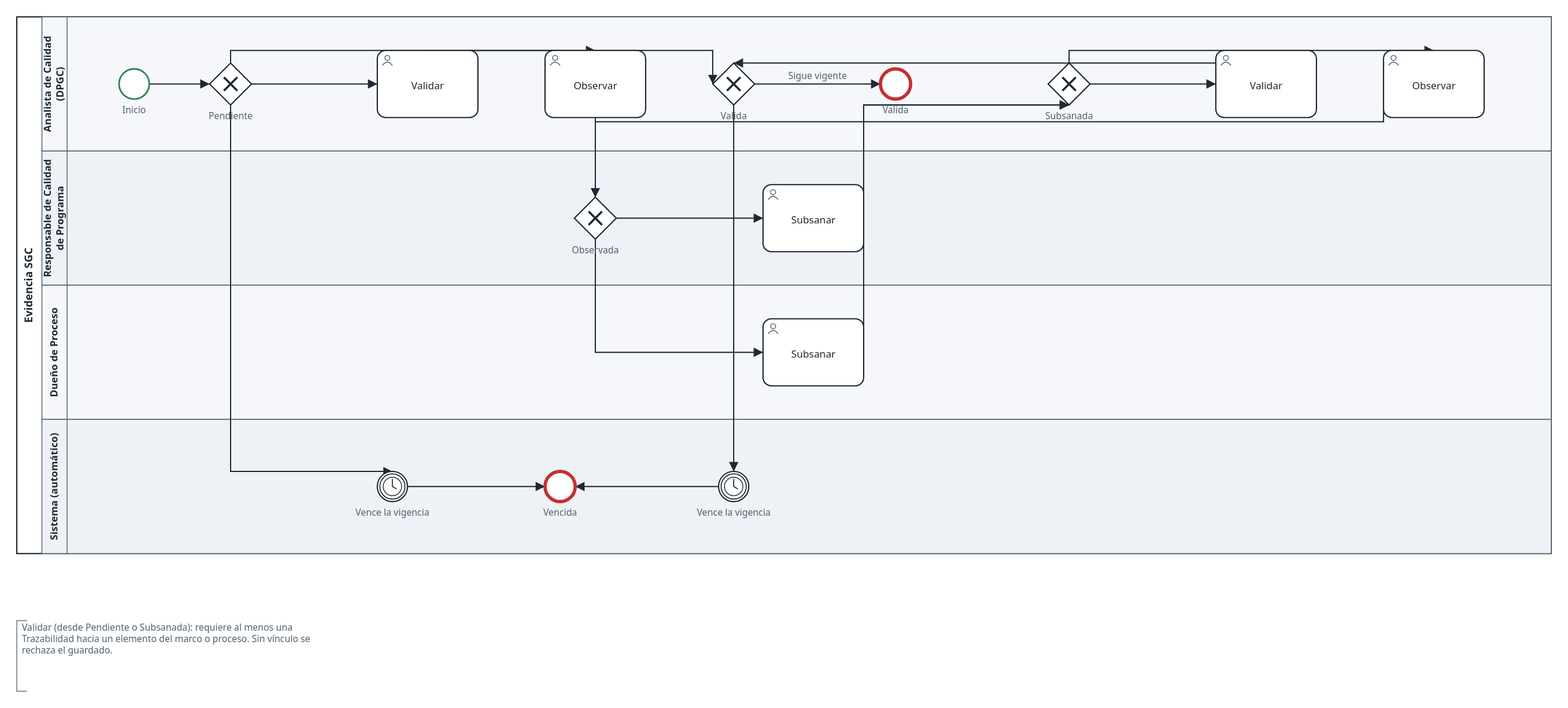
Earlier version of the BPMN export docs-site/src/assets/bpmn/02-evidencia.svg (SciBack/sgc). Its source is kept beside it as docs/diagramas/bpmn/02-evidencia.bpmn. Ids are renumbered.
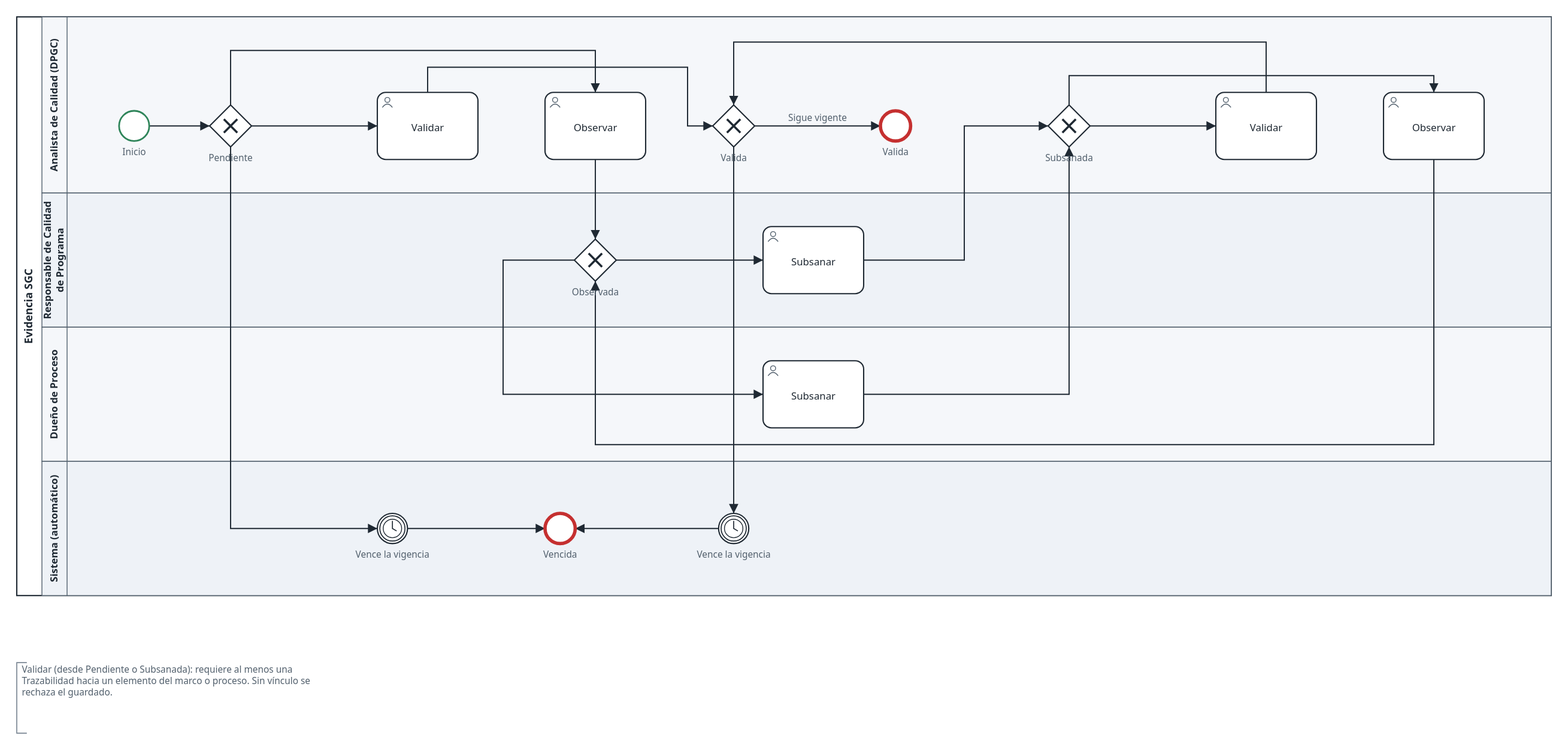
After the change.

Diff of the diagram source:
```diff
@@ -161,149 +161,156 @@
   <bpmndi:BPMNDiagram id="Diagram_1">
     <bpmndi:BPMNPlane id="Plane_1" bpmnElement="Collaboration_1">
       <bpmndi:BPMNShape id="Shape_Participant_Evidencia" bpmnElement="Participant_Evidencia" isHorizontal="true">
-        <dc:Bounds x="200" y="80" width="1830" height="640" />
+        <dc:Bounds x="200" y="80" width="1830" height="690" />
       </bpmndi:BPMNShape>
       <bpmndi:BPMNShape id="Shape_Lane_Analista_de_Calidad__DPGC_" bpmnElement="Lane_Analista_de_Calidad__DPGC_" isHorizontal="true">
-        <dc:Bounds x="230" y="80" width="1800" height="160" />
+        <dc:Bounds x="230" y="80" width="1800" height="210" />
       </bpmndi:BPMNShape>
       <bpmndi:BPMNShape id="Shape_Lane_Responsable_de_Calidad_de_Programa" bpmnElement="Lane_Responsable_de_Calidad_de_Programa" isHorizontal="true">
-        <dc:Bounds x="230" y="240" width="1800" height="160" />
+        <dc:Bounds x="230" y="290" width="1800" height="160" />
       </bpmndi:BPMNShape>
       <bpmndi:BPMNShape id="Shape_Lane_Dueno_de_Proceso" bpmnElement="Lane_Dueno_de_Proceso" isHorizontal="true">
-        <dc:Bounds x="230" y="400" width="1800" height="160" />
+        <dc:Bounds x="230" y="450" width="1800" height="160" />
       </bpmndi:BPMNShape>
       <bpmndi:BPMNShape id="Shape_Lane_Sistema__automatico_" bpmnElement="Lane_Sistema__automatico_" isHorizontal="true">
-        <dc:Bounds x="230" y="560" width="1800" height="160" />
+        <dc:Bounds x="230" y="610" width="1800" height="160" />
       </bpmndi:BPMNShape>
       <bpmndi:BPMNShape id="Shape_Task_Pendiente__Validar" bpmnElement="Task_Pendiente__Validar">
-        <dc:Bounds x="630" y="120" width="120" height="80" />
+        <dc:Bounds x="630" y="170" width="120" height="80" />
       </bpmndi:BPMNShape>
       <bpmndi:BPMNShape id="Shape_Task_Pendiente__Observar" bpmnElement="Task_Pendiente__Observar">
-        <dc:Bounds x="830" y="120" width="120" height="80" />
+        <dc:Bounds x="830" y="170" width="120" height="80" />
       </bpmndi:BPMNShape>
       <bpmndi:BPMNShape id="Shape_Task_Observada__Subsanar" bpmnElement="Task_Observada__Subsanar">
-        <dc:Bounds x="1090" y="280" width="120" height="80" />
+        <dc:Bounds x="1090" y="330" width="120" height="80" />
       </bpmndi:BPMNShape>
       <bpmndi:BPMNShape id="Shape_Task_Observada__Subsanar_2" bpmnElement="Task_Observada__Subsanar_2">
-        <dc:Bounds x="1090" y="440" width="120" height="80" />
+        <dc:Bounds x="1090" y="490" width="120" height="80" />
       </bpmndi:BPMNShape>
       <bpmndi:BPMNShape id="Shape_Task_Subsanada__Validar" bpmnElement="Task_Subsanada__Validar">
-        <dc:Bounds x="1630" y="120" width="120" height="80" />
+        <dc:Bounds x="1630" y="170" width="120" height="80" />
       </bpmndi:BPMNShape>
       <bpmndi:BPMNShape id="Shape_Task_Subsanada__Observar" bpmnElement="Task_Subsanada__Observar">
-        <dc:Bounds x="1830" y="120" width="120" height="80" />
+        <dc:Bounds x="1830" y="170" width="120" height="80" />
       </bpmndi:BPMNShape>
       <bpmndi:BPMNShape id="Shape_Gateway_Pendiente" bpmnElement="Gateway_Pendiente">
-        <dc:Bounds x="430" y="135" width="50" height="50" />
+        <dc:Bounds x="430" y="185" width="50" height="50" />
       </bpmndi:BPMNShape>
       <bpmndi:BPMNShape id="Shape_Gateway_Observada" bpmnElement="Gateway_Observada">
-        <dc:Bounds x="865" y="295" width="50" height="50" />
+        <dc:Bounds x="865" y="345" width="50" height="50" />
       </bpmndi:BPMNShape>
       <bpmndi:BPMNShape id="Shape_Gateway_Subsanada" bpmnElement="Gateway_Subsanada">
-        <dc:Bounds x="1430" y="135" width="50" height="50" />
+        <dc:Bounds x="1430" y="185" width="50" height="50" />
       </bpmndi:BPMNShape>
       <bpmndi:BPMNShape id="Shape_End_Valida" bpmnElement="End_Valida">
-        <dc:Bounds x="1230" y="142" width="36" height="36" />
+        <dc:Bounds x="1230" y="192" width="36" height="36" />
       </bpmndi:BPMNShape>
       <bpmndi:BPMNShape id="Shape_Gateway_Valida_espera" bpmnElement="Gateway_Valida_espera">
-        <dc:Bounds x="1030" y="135" width="50" height="50" />
+        <dc:Bounds x="1030" y="185" width="50" height="50" />
       </bpmndi:BPMNShape>
       <bpmndi:BPMNShape id="Shape_StartEvent_1" bpmnElement="StartEvent_1">
-        <dc:Bounds x="322" y="142" width="36" height="36" />
+        <dc:Bounds x="322" y="192" width="36" height="36" />
       </bpmndi:BPMNShape>
       <bpmndi:BPMNShape id="Shape_Auto_Pendiente__Vencida" bpmnElement="Auto_Pendiente__Vencida">
-        <dc:Bounds x="630" y="622" width="36" height="36" />
+        <dc:Bounds x="630" y="672" width="36" height="36" />
       </bpmndi:BPMNShape>
       <bpmndi:BPMNShape id="Shape_End_Vencida" bpmnElement="End_Vencida">
-        <dc:Bounds x="830" y="622" width="36" height="36" />
+        <dc:Bounds x="830" y="672" width="36" height="36" />
       </bpmndi:BPMNShape>
       <bpmndi:BPMNShape id="Shape_Auto_Valida__Vencida" bpmnElement="Auto_Valida__Vencida">
-        <dc:Bounds x="1037" y="622" width="36" height="36" />
+        <dc:Bounds x="1037" y="672" width="36" height="36" />
       </bpmndi:BPMNShape>
       <bpmndi:BPMNShape id="Shape_Control_1" bpmnElement="Control_1">
-        <dc:Bounds x="200" y="800" width="420" height="84" />
+        <dc:Bounds x="200" y="850" width="420" height="84" />
       </bpmndi:BPMNShape>
       <bpmndi:BPMNEdge id="Edge_Flow_Valida_sigue" bpmnElement="Flow_Valida_sigue">
-        <di:waypoint x="1080" y="160" />
-        <di:waypoint x="1230" y="160" />
+        <di:waypoint x="1080" y="210" />
+        <di:waypoint x="1230" y="210" />
       </bpmndi:BPMNEdge>
       <bpmndi:BPMNEdge id="Edge_Flow_inicio" bpmnElement="Flow_inicio">
-        <di:waypoint x="358" y="160" />
-        <di:waypoint x="430" y="160" />
+        <di:waypoint x="358" y="210" />
+        <di:waypoint x="430" y="210" />
       </bpmndi:BPMNEdge>
       <bpmndi:BPMNEdge id="Edge_Flow_auto_in_Pendiente_Vencida" bpmnElement="Flow_auto_in_Pendiente_Vencida">
-        <di:waypoint x="455" y="185" />
-        <di:waypoint x="455" y="622" />
-        <di:waypoint x="648" y="622" />
+        <di:waypoint x="455" y="235" />
+        <di:waypoint x="455" y="690" />
+        <di:waypoint x="630" y="690" />
       </bpmndi:BPMNEdge>
       <bpmndi:BPMNEdge id="Edge_Flow_auto_out_Pendiente_Vencida" bpmnElement="Flow_auto_out_Pendiente_Vencida">
-        <di:waypoint x="666" y="640" />
-        <di:waypoint x="830" y="640" />
+        <di:waypoint x="666" y="690" />
+        <di:waypoint x="830" y="690" />
       </bpmndi:BPMNEdge>
       <bpmndi:BPMNEdge id="Edge_Flow_auto_in_Valida_Vencida" bpmnElement="Flow_auto_in_Valida_Vencida">
-        <di:waypoint x="1055" y="185" />
-        <di:waypoint x="1055" y="622" />
+        <di:waypoint x="1055" y="235" />
+        <di:waypoint x="1055" y="672" />
       </bpmndi:BPMNEdge>
       <bpmndi:BPMNEdge id="Edge_Flow_auto_out_Valida_Vencida" bpmnElement="Flow_auto_out_Valida_Vencida">
-        <di:waypoint x="1037" y="640" />
-        <di:waypoint x="866" y="640" />
+        <di:waypoint x="1037" y="690" />
+        <di:waypoint x="866" y="690" />
       </bpmndi:BPMNEdge>
       <bpmndi:BPMNEdge id="Edge_Flow_gw_Pendiente_Validar" bpmnElement="Flow_gw_Pendiente_Validar">
-        <di:waypoint x="480" y="160" />
-        <di:waypoint x="630" y="160" />
+        <di:waypoint x="480" y="210" />
+        <di:waypoint x="630" y="210" />
       </bpmndi:BPMNEdge>
       <bpmndi:BPMNEdge id="Edge_Flow_Pendiente_Validar_hacia_Valida" bpmnElement="Flow_Pendiente_Validar_hacia_Valida">
-        <di:waypoint x="690" y="120" />
-        <di:waypoint x="1030" y="120" />
-        <di:waypoint x="1030" y="160" />
+        <di:waypoint x="690" y="170" />
+        <di:waypoint x="690" y="140" />
+        <di:waypoint x="1000" y="140" />
+        <di:waypoint x="1000" y="210" />
+        <di:waypoint x="1030" y="210" />
       </bpmndi:BPMNEdge>
       <bpmndi:BPMNEdge id="Edge_Flow_gw_Pendiente_Observar" bpmnElement="Flow_gw_Pendiente_Observar">
-        <di:waypoint x="455" y="135" />
+        <di:waypoint x="455" y="185" />
         <di:waypoint x="455" y="120" />
         <di:waypoint x="890" y="120" />
+        <di:waypoint x="890" y="170" />
       </bpmndi:BPMNEdge>
       <bpmndi:BPMNEdge id="Edge_Flow_Pendiente_Observar_hacia_Observada" bpmnElement="Flow_Pendiente_Observar_hacia_Observada">
-        <di:waypoint x="890" y="200" />
-        <di:waypoint x="890" y="295" />
+        <di:waypoint x="890" y="250" />
+        <di:waypoint x="890" y="345" />
       </bpmndi:BPMNEdge>
       <bpmndi:BPMNEdge id="Edge_Flow_gw_Observada_Subsanar" bpmnElement="Flow_gw_Observada_Subsanar">
-        <di:waypoint x="915" y="320" />
-        <di:waypoint x="1090" y="320" />
+        <di:waypoint x="915" y="370" />
+        <di:waypoint x="1090" y="370" />
       </bpmndi:BPMNEdge>
       <bpmndi:BPMNEdge id="Edge_Flow_Observada_Subsanar_hacia_Subsanada" bpmnElement="Flow_Observada_Subsanar_hacia_Subsanada">
-        <di:waypoint x="1210" y="320" />
-        <di:waypoint x="1210" y="185" />
-        <di:waypoint x="1455" y="185" />
+        <di:waypoint x="1210" y="370" />
+        <di:waypoint x="1330" y="370" />
+        <di:waypoint x="1330" y="210" />
+        <di:waypoint x="1430" y="210" />
       </bpmndi:BPMNEdge>
       <bpmndi:BPMNEdge id="Edge_Flow_gw_Observada_Subsanar_2" bpmnElement="Flow_gw_Observada_Subsanar_2">
-        <di:waypoint x="890" y="345" />
-        <di:waypoint x="890" y="480" />
-        <di:waypoint x="1090" y="480" />
+        <di:waypoint x="865" y="370" />
+        <di:waypoint x="780" y="370" />
+        <di:waypoint x="780" y="530" />
+        <di:waypoint x="1090" y="530" />
       </bpmndi:BPMNEdge>
       <bpmndi:BPMNEdge id="Edge_Flow_Observada_Subsanar_hacia_Subsanada_2" bpmnElement="Flow_Observada_Subsanar_hacia_Subsanada_2">
-        <di:waypoint x="1210" y="480" />
-        <di:waypoint x="1210" y="185" />
-        <di:waypoint x="1455" y="185" />
+        <di:waypoint x="1210" y="530" />
+        <di:waypoint x="1455" y="530" />
+        <di:waypoint x="1455" y="235" />
       </bpmndi:BPMNEdge>
       <bpmndi:BPMNEdge id="Edge_Flow_gw_Subsanada_Validar" bpmnElement="Flow_gw_Subsanada_Validar">
-        <di:waypoint x="1480" y="160" />
-        <di:waypoint x="1630" y="160" />
+        <di:waypoint x="1480" y="210" />
+        <di:waypoint x="1630" y="210" />
       </bpmndi:BPMNEdge>
       <bpmndi:BPMNEdge id="Edge_Flow_Subsanada_Validar_hacia_Valida" bpmnElement="Flow_Subsanada_Validar_hacia_Valida">
-        <di:waypoint x="1630" y="160" />
-        <di:waypoint x="1630" y="135" />
-        <di:waypoint x="1055" y="135" />
+        <di:waypoint x="1690" y="170" />
+        <di:waypoint x="1690" y="110" />
+        <di:waypoint x="1055" y="110" />
+        <di:waypoint x="1055" y="185" />
       </bpmndi:BPMNEdge>
       <bpmndi:BPMNEdge id="Edge_Flow_gw_Subsanada_Observar" bpmnElement="Flow_gw_Subsanada_Observar">
-        <di:waypoint x="1455" y="135" />
-        <di:waypoint x="1455" y="120" />
-        <di:waypoint x="1890" y="120" />
+        <di:waypoint x="1455" y="185" />
+        <di:waypoint x="1455" y="150" />
+        <di:waypoint x="1890" y="150" />
+        <di:waypoint x="1890" y="170" />
       </bpmndi:BPMNEdge>
       <bpmndi:BPMNEdge id="Edge_Flow_Subsanada_Observar_hacia_Observada" bpmnElement="Flow_Subsanada_Observar_hacia_Observada">
-        <di:waypoint x="1830" y="160" />
-        <di:waypoint x="1830" y="205" />
-        <di:waypoint x="890" y="205" />
-        <di:waypoint x="890" y="295" />
+        <di:waypoint x="1890" y="250" />
+        <di:waypoint x="1890" y="590" />
+        <di:waypoint x="890" y="590" />
+        <di:waypoint x="890" y="395" />
       </bpmndi:BPMNEdge>
     </bpmndi:BPMNPlane>
   </bpmndi:BPMNDiagram>
```
